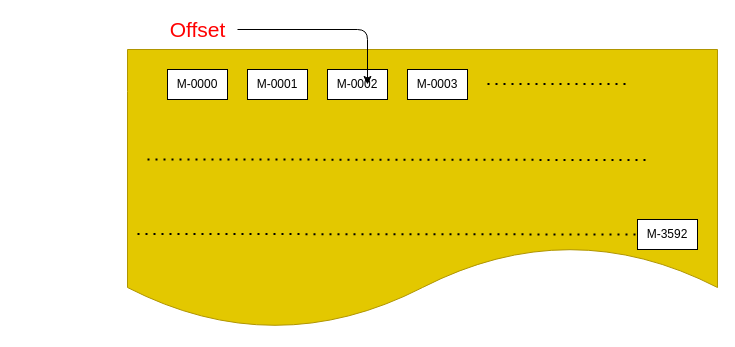
Earlier version of the draw.io diagram Untitled Diagram.drawio (keshu12345/MultiServer). Source tidied: cells renumbered, new cells numbered last; positions are measured from the earlier drawing's top-left corner, leaving out a move shared by most shapes. Both pictures are drawn from the tidied source at 100%, with x=0, y=0 at pixel (127, 19).
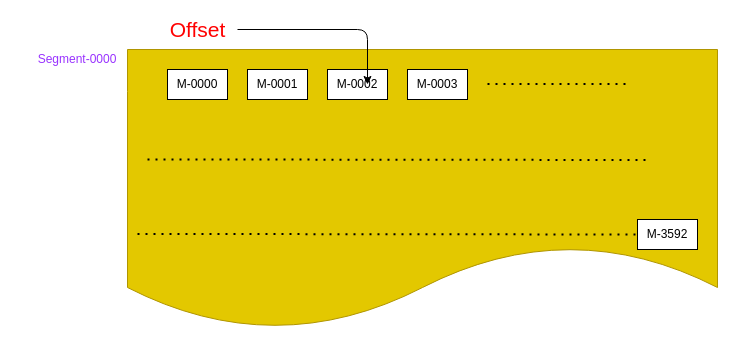
Above is the later version.

Change to the diagram source:
```diff
@@
+    <mxCell id="13" value="Segment-0000" style="text;html=1;strokeColor=none;fillColor=none;align=center;verticalAlign=middle;whiteSpace=wrap;rounded=0;fontColor=#9933FF;" parent="1" vertex="1">
+      <mxGeometry x="-110" y="10" width="120" height="60" as="geometry" />
+    </mxCell>
```
